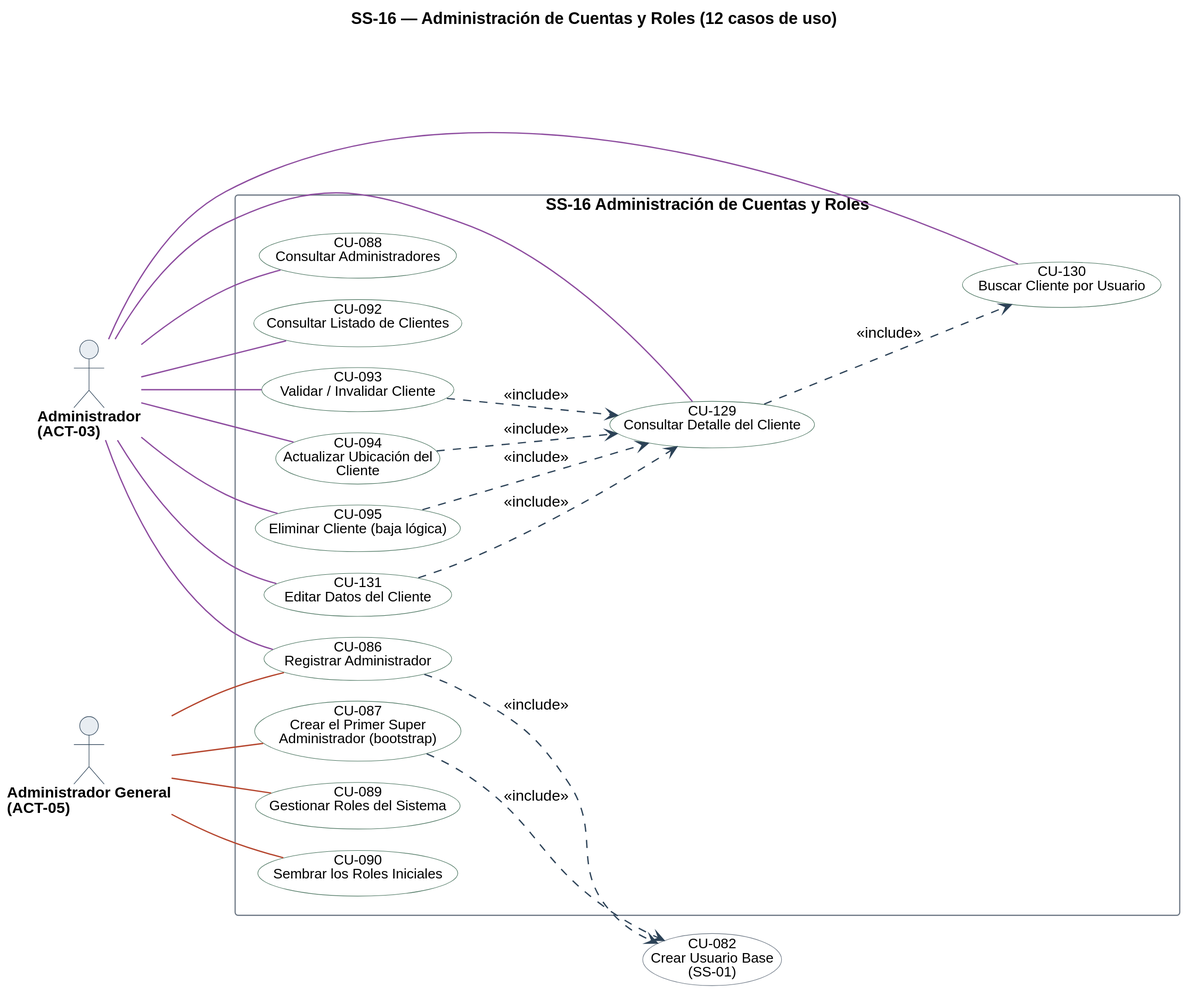
Nahuelito-Dev/splg-docs keeps this PlantUML diagram as diagramas/uml/CU_SS-16_Administracion-De-Cuentas-Y-Roles.svg. Above is the earlier version.
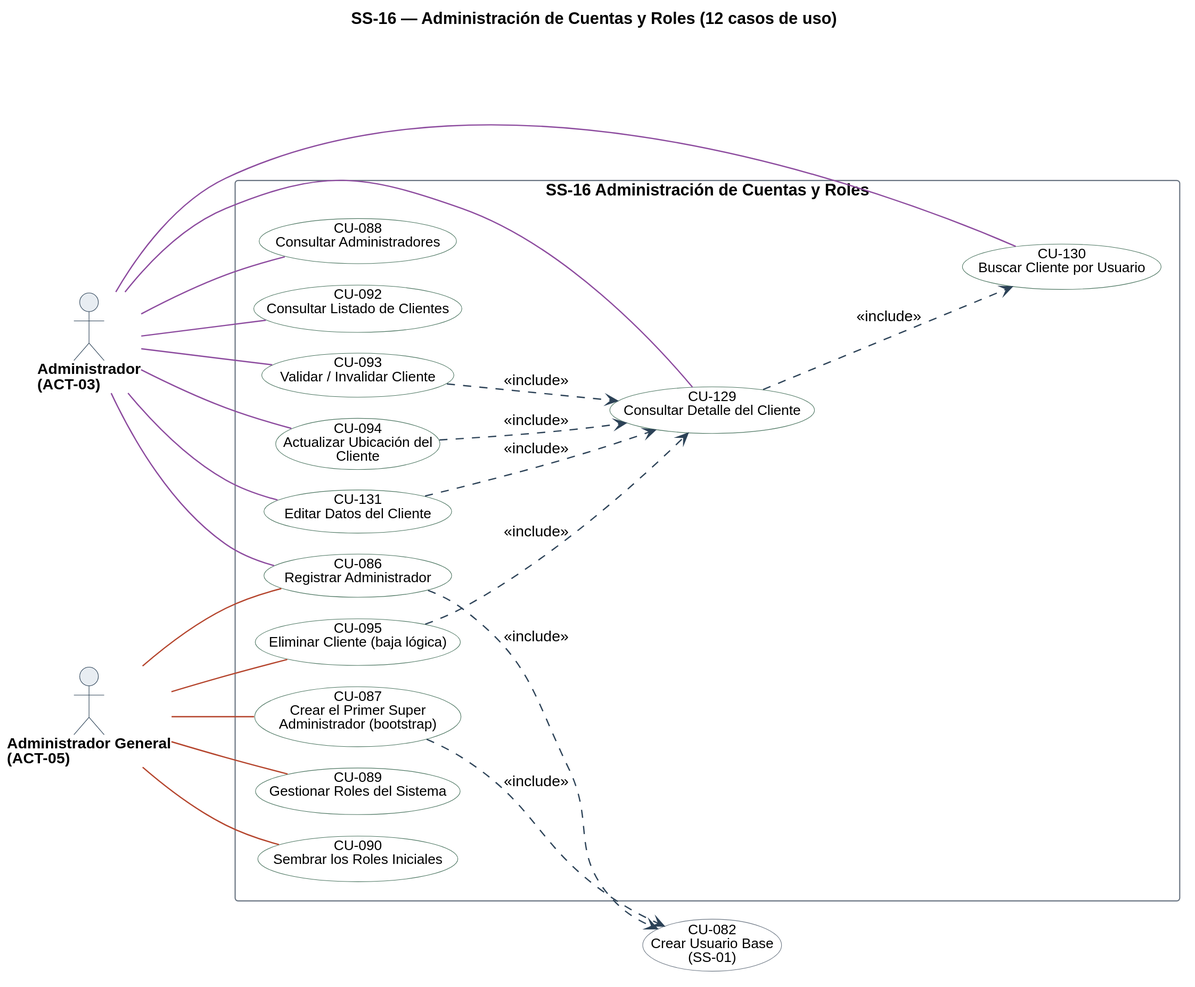
Above is the later version.

The edit, as a diff of the source:
```diff
@@ -59,7 +59,6 @@
 A03 -[#8C4A9E]- U092
 A03 -[#8C4A9E]- U093
 A03 -[#8C4A9E]- U094
-A03 -[#8C4A9E]- U095
 A03 -[#8C4A9E]- U129
 A03 -[#8C4A9E]- U130
 A03 -[#8C4A9E]- U131
@@ -67,6 +66,7 @@
 A05 -[#B4432B]- U087
 A05 -[#B4432B]- U089
 A05 -[#B4432B]- U090
+A05 -[#B4432B]- U095
 
 U093 ..> U129 : <<include>>
 U094 ..> U129 : <<include>>
```
